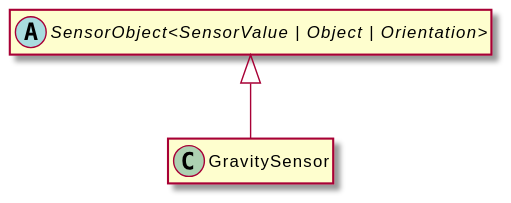
OpenHPS/openhps-core keeps this PlantUML diagram as assets/GravitySensor-umlClassDiagram-3597.svg. Above is the earlier version. Source of this version:
```plantuml
@startuml
skinparam BackgroundColor transparent
hide empty methods
hide empty fields
class "GravitySensor" {
}
abstract class "SensorObject<SensorValue | Object | Orientation>" {
}
"SensorObject<SensorValue | Object | Orientation>" <|-- "GravitySensor"
@enduml
```
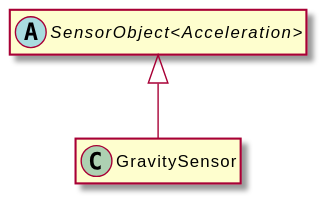
The same file after the commit.

Change to the diagram source:
```diff
@@ -4,7 +4,7 @@
 hide empty fields
 class "GravitySensor" {
 }
-abstract class "SensorObject<SensorValue | Object | Orientation>" {
+abstract class "SensorObject<Acceleration>" {
 }
-"SensorObject<SensorValue | Object | Orientation>" <|-- "GravitySensor"
+"SensorObject<Acceleration>" <|-- "GravitySensor"
 @enduml
```
